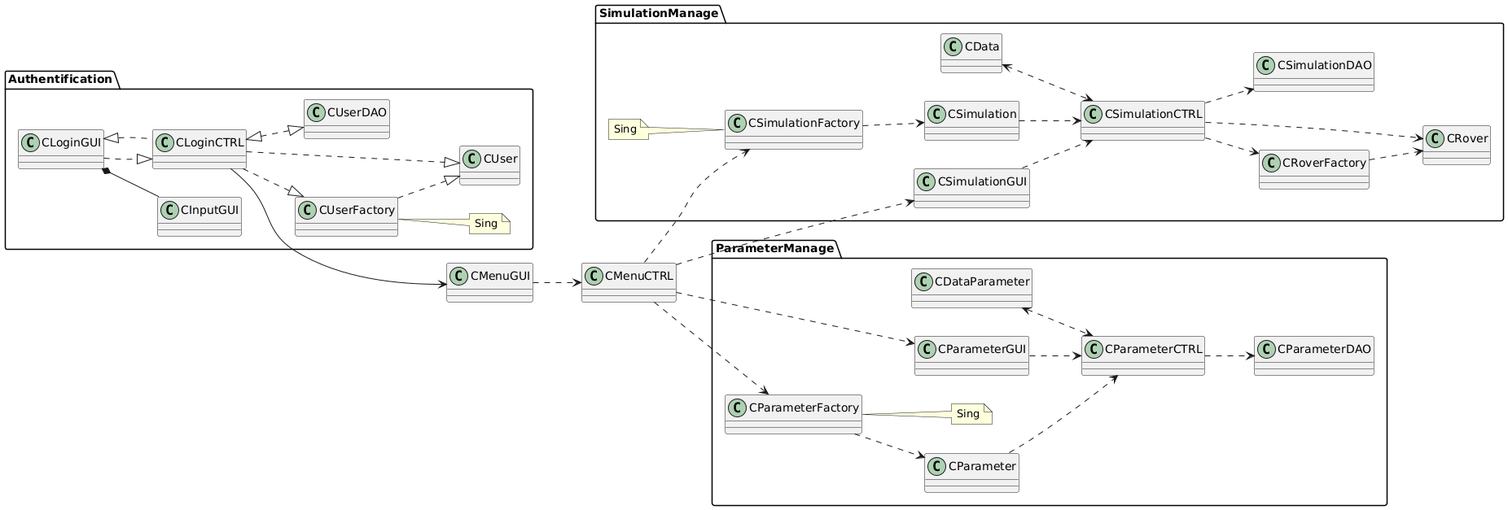
Earlier version of the PlantUML export doc/imageRendu/DiagClass.png (Taldranorth/Rover_Simulator).
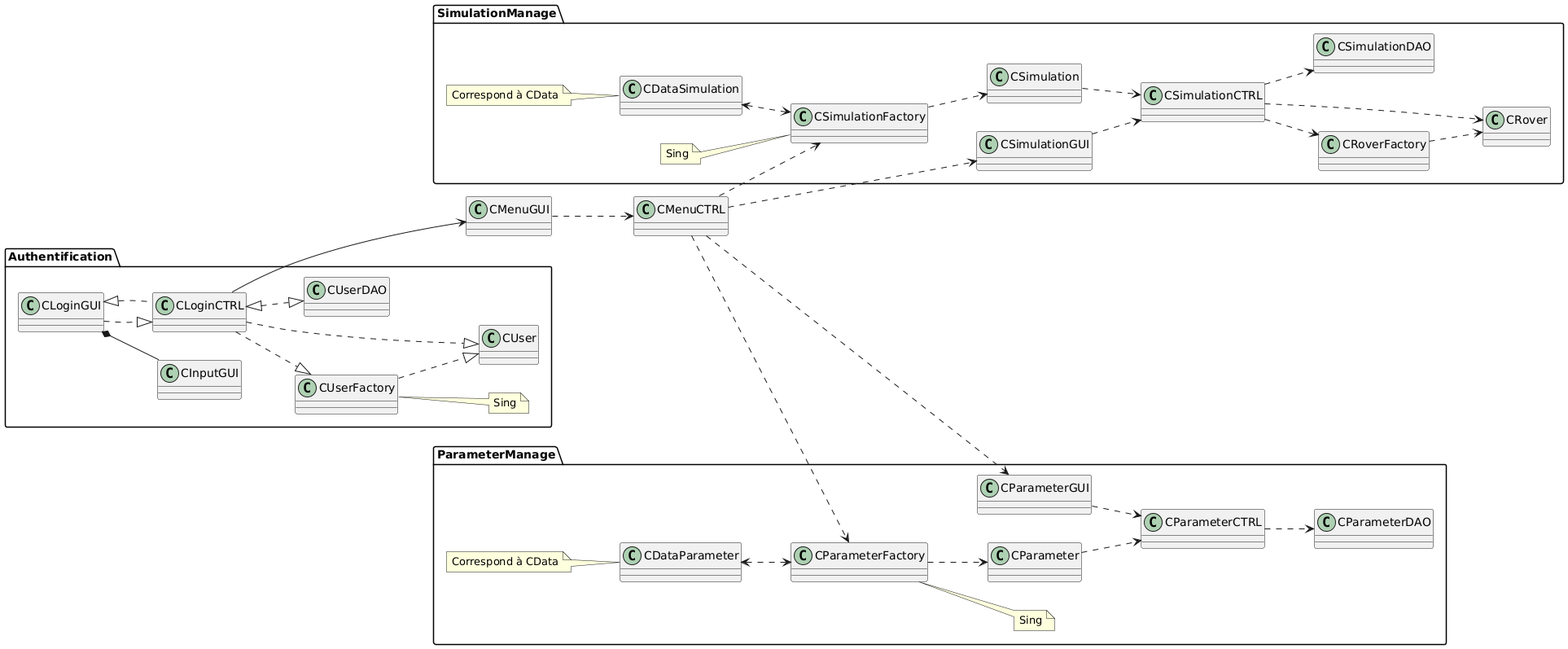
The same diagram one commit later.

Commit message:
Final update diag class

The edit, as a diff of the source:
```diff
@@ -27,7 +27,9 @@
  CRoverFactory ..> CRover
  CSimulationCTRL ..> CRover
  CSimulationCTRL ..> CSimulationDAO
- CData <..> CSimulationCTRL
+ CDataSimulation <..> CSimulationFactory
+ note "Correspond à CData" as dat
+ dat .. CDataSimulation
  CSimulation ..> CSimulationCTRL
 }
 
@@ -40,5 +42,7 @@
  CParameter ..> CParameterCTRL
  CParameterGUI ..> CParameterCTRL
  CParameterCTRL ..> CParameterDAO
- CDataParameter <..> CParameterCTRL
+ CDataParameter <..> CParameterFactory
+ note "Correspond à CData" as dat
+ dat .. CDataParameter
 @enduml
```
